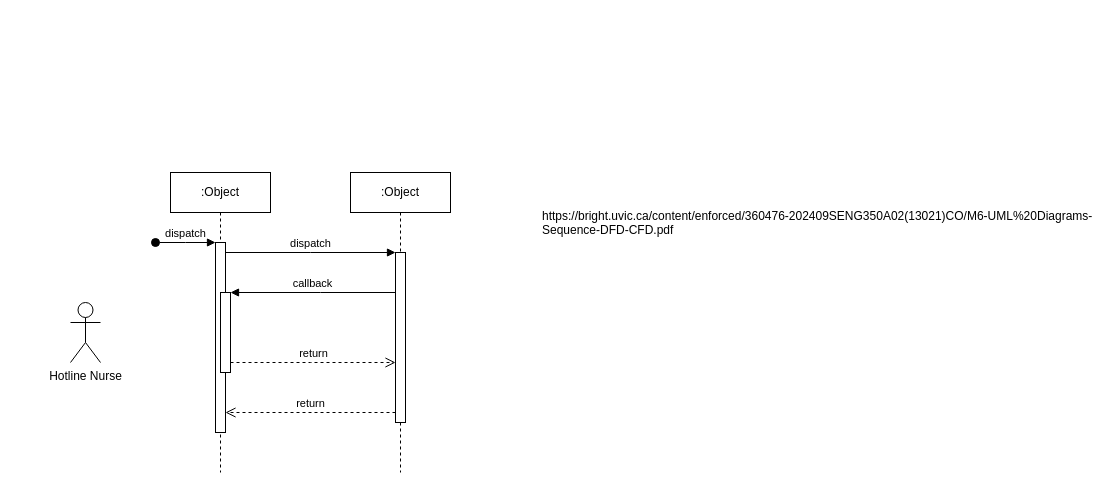
Before: AmirWork/Nurse_Hotline_SequenceDiagram.drawio in SENG-350-2024-fall/Team9, a draw.io diagram. Source tidied: cells renumbered, new cells numbered last; positions are measured from the earlier drawing's top-left corner, leaving out a move shared by most shapes. Both pictures are drawn from the tidied source at 100%, with x=0, y=0 at pixel (70, 172).
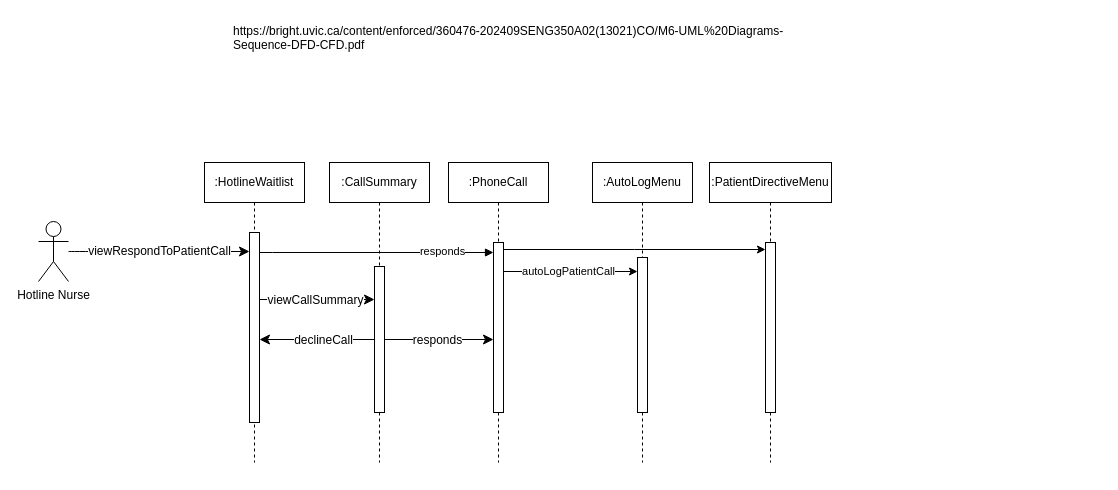
The same page after the edit.

Unchanged cells that the change refers to:
```xml
<mxCell id="3" style="html=1;points=[];perimeter=orthogonalPerimeter;outlineConnect=0;targetShapes=umlLifeline;portConstraint=eastwest;newEdgeStyle={&quot;edgeStyle&quot;:&quot;elbowEdgeStyle&quot;,&quot;elbow&quot;:&quot;vertical&quot;,&quot;curved&quot;:0,&quot;rounded&quot;:0};" parent="2" vertex="1">
  <mxGeometry x="45" y="70" width="10" height="190" as="geometry" />
</mxCell>
<mxCell id="7" style="html=1;points=[];perimeter=orthogonalPerimeter;outlineConnect=0;targetShapes=umlLifeline;portConstraint=eastwest;newEdgeStyle={&quot;edgeStyle&quot;:&quot;elbowEdgeStyle&quot;,&quot;elbow&quot;:&quot;vertical&quot;,&quot;curved&quot;:0,&quot;rounded&quot;:0};" parent="6" vertex="1">
  <mxGeometry x="45" y="80" width="10" height="170" as="geometry" />
</mxCell>
```

The edit, as a diff of the source:
```diff
@@
-<mxGraphModel>
+<mxGraphModel background="#ffffff">
@@
+    <mxCell id="14" value=":CallSummary" style="shape=umlLifeline;perimeter=lifelinePerimeter;whiteSpace=wrap;html=1;newEdgeStyle={&quot;edgeStyle&quot;:&quot;elbowEdgeStyle&quot;,&quot;elbow&quot;:&quot;vertical&quot;,&quot;curved&quot;:0,&quot;rounded&quot;:0};" parent="1" vertex="1">
+      <mxGeometry x="259" y="-10" width="100" height="300" as="geometry" />
+    </mxCell>
+    <mxCell id="15" style="html=1;points=[];perimeter=orthogonalPerimeter;outlineConnect=0;targetShapes=umlLifeline;portConstraint=eastwest;newEdgeStyle={&quot;edgeStyle&quot;:&quot;elbowEdgeStyle&quot;,&quot;elbow&quot;:&quot;vertical&quot;,&quot;curved&quot;:0,&quot;rounded&quot;:0};" parent="14" vertex="1">
+      <mxGeometry x="45" y="104" width="10" height="146" as="geometry" />
+    </mxCell>
-    <mxCell id="2" value=":Object" style="shape=umlLifeline;perimeter=lifelinePerimeter;whiteSpace=wrap;html=1;newEdgeStyle={&quot;edgeStyle&quot;:&quot;elbowEdgeStyle&quot;,&quot;elbow&quot;:&quot;vertical&quot;,&quot;curved&quot;:0,&quot;rounded&quot;:0};" parent="1" vertex="1">
-      <mxGeometry x="100" width="100" height="300" as="geometry" />
+    <mxCell id="2" value=":HotlineWaitlist" style="shape=umlLifeline;perimeter=lifelinePerimeter;whiteSpace=wrap;html=1;newEdgeStyle={&quot;edgeStyle&quot;:&quot;elbowEdgeStyle&quot;,&quot;elbow&quot;:&quot;vertical&quot;,&quot;curved&quot;:0,&quot;rounded&quot;:0};" parent="1" vertex="1">
+      <mxGeometry x="134" y="-10" width="100" height="300" as="geometry" />
     </mxCell>
@@
-    <mxCell id="4" value="dispatch" style="html=1;verticalAlign=bottom;startArrow=oval;endArrow=block;startSize=8;edgeStyle=elbowEdgeStyle;elbow=vertical;curved=0;rounded=0;" parent="2" edge="1" target="3">
-      <mxGeometry relative="1" as="geometry">
-        <mxPoint x="-15" y="70" as="sourcePoint" />
-      </mxGeometry>
-    </mxCell>
-    <mxCell id="5" style="html=1;points=[];perimeter=orthogonalPerimeter;outlineConnect=0;targetShapes=umlLifeline;portConstraint=eastwest;newEdgeStyle={&quot;edgeStyle&quot;:&quot;elbowEdgeStyle&quot;,&quot;elbow&quot;:&quot;vertical&quot;,&quot;curved&quot;:0,&quot;rounded&quot;:0};" parent="2" vertex="1">
-      <mxGeometry x="50" y="120" width="10" height="80" as="geometry" />
-    </mxCell>
-    <mxCell id="6" value=":Object" style="shape=umlLifeline;perimeter=lifelinePerimeter;whiteSpace=wrap;html=1;newEdgeStyle={&quot;edgeStyle&quot;:&quot;elbowEdgeStyle&quot;,&quot;elbow&quot;:&quot;vertical&quot;,&quot;curved&quot;:0,&quot;rounded&quot;:0};" parent="1" vertex="1">
-      <mxGeometry x="280" width="100" height="300" as="geometry" />
+    <mxCell id="6" value=":PhoneCall" style="shape=umlLifeline;perimeter=lifelinePerimeter;whiteSpace=wrap;html=1;newEdgeStyle={&quot;edgeStyle&quot;:&quot;elbowEdgeStyle&quot;,&quot;elbow&quot;:&quot;vertical&quot;,&quot;curved&quot;:0,&quot;rounded&quot;:0};" parent="1" vertex="1">
+      <mxGeometry x="378" y="-10" width="100" height="300" as="geometry" />
     </mxCell>
@@
-    <mxCell id="8" value="dispatch" style="html=1;verticalAlign=bottom;endArrow=block;edgeStyle=elbowEdgeStyle;elbow=vertical;curved=0;rounded=0;" parent="1" edge="1" source="3" target="7">
-      <mxGeometry relative="1" as="geometry">
+    <mxCell id="8" value="responds" style="html=1;verticalAlign=bottom;endArrow=block;edgeStyle=elbowEdgeStyle;elbow=vertical;curved=0;rounded=0;" parent="1" edge="1" source="3" target="7">
+      <mxGeometry x="0.56" y="-8" relative="1" as="geometry">
         <Array as="points">
-          <mxPoint x="240" y="80" />
+          <mxPoint x="202" y="80" />
         </Array>
       </mxGeometry>
     </mxCell>
-    <mxCell id="9" value="return" style="html=1;verticalAlign=bottom;endArrow=open;dashed=1;endSize=8;edgeStyle=elbowEdgeStyle;elbow=vertical;curved=0;rounded=0;" parent="1" edge="1" source="7" target="3">
-      <mxGeometry relative="1" as="geometry">
-        <Array as="points">
-          <mxPoint x="250" y="240" />
-        </Array>
-      </mxGeometry>
-    </mxCell>
-    <mxCell id="10" value="callback" style="html=1;verticalAlign=bottom;endArrow=block;edgeStyle=elbowEdgeStyle;elbow=vertical;curved=0;rounded=0;" parent="1" edge="1" source="7" target="5">
-      <mxGeometry relative="1" as="geometry">
-        <Array as="points">
-          <mxPoint x="250" y="120" />
-        </Array>
-      </mxGeometry>
-    </mxCell>
-    <mxCell id="11" value="return" style="html=1;verticalAlign=bottom;endArrow=open;dashed=1;endSize=8;edgeStyle=elbowEdgeStyle;elbow=vertical;curved=0;rounded=0;" parent="1" edge="1" source="5" target="7">
-      <mxGeometry relative="1" as="geometry">
-        <Array as="points">
-          <mxPoint x="240" y="190" />
-        </Array>
-      </mxGeometry>
-    </mxCell>
+    <mxCell id="16" value="viewRespondToPatientCall" style="edgeStyle=none;curved=1;rounded=0;jettySize=auto;html=1;fontSize=12;startSize=8;endSize=8;" parent="1" edge="1" source="12" target="3">
+      <mxGeometry relative="1" as="geometry" />
+    </mxCell>
     <mxCell id="12" value="Hotline Nurse" style="shape=umlActor;verticalLabelPosition=bottom;verticalAlign=top;html=1;outlineConnect=0;" parent="1" vertex="1">
-      <mxGeometry y="130" width="30" height="60" as="geometry" />
+      <mxGeometry x="-32" y="49" width="30" height="60" as="geometry" />
     </mxCell>
     <mxCell id="13" value="https://bright.uvic.ca/content/enforced/360476-202409SENG350A02(13021)CO/M6-UML%20Diagrams-Sequence-DFD-CFD.pdf" style="text;whiteSpace=wrap;" parent="1" vertex="1">
-      <mxGeometry x="470" y="30" width="560" height="50" as="geometry" />
+      <mxGeometry x="161" y="-155" width="560" height="50" as="geometry" />
     </mxCell>
+    <mxCell id="17" style="edgeStyle=elbowEdgeStyle;curved=0;rounded=0;jettySize=auto;html=1;elbow=vertical;fontSize=12;startSize=8;endSize=8;" parent="1" edge="1" source="15" target="7">
+      <mxGeometry relative="1" as="geometry" />
+    </mxCell>
+    <mxCell id="18" value="responds" style="edgeLabel;html=1;align=center;verticalAlign=middle;fontSize=12;" parent="17" vertex="1">
+      <mxGeometry x="-0.29" relative="1" as="geometry">
+        <mxPoint x="13" as="offset" />
+      </mxGeometry>
+    </mxCell>
+    <mxCell id="19" style="edgeStyle=elbowEdgeStyle;curved=0;rounded=0;jettySize=auto;html=1;elbow=vertical;fontSize=12;startSize=8;endSize=8;" parent="1" edge="1" source="3" target="15">
+      <mxGeometry relative="1" as="geometry">
+        <Array as="points">
+          <mxPoint x="240" y="127" />
+        </Array>
+      </mxGeometry>
+    </mxCell>
+    <mxCell id="20" value="viewCallSummary" style="edgeLabel;html=1;align=center;verticalAlign=middle;fontSize=12;" parent="19" vertex="1">
+      <mxGeometry x="0.09" y="-1" relative="1" as="geometry">
+        <mxPoint x="-8" y="-1" as="offset" />
+      </mxGeometry>
+    </mxCell>
+    <mxCell id="21" style="edgeStyle=elbowEdgeStyle;curved=0;rounded=0;jettySize=auto;html=1;elbow=vertical;fontSize=12;startSize=8;endSize=8;" parent="1" edge="1" source="15" target="3">
+      <mxGeometry relative="1" as="geometry" />
+    </mxCell>
+    <mxCell id="22" value="declineCall" style="edgeLabel;html=1;align=center;verticalAlign=middle;fontSize=12;" parent="21" vertex="1">
+      <mxGeometry x="-0.1" relative="1" as="geometry" />
+    </mxCell>
+    <mxCell id="23" value=":AutoLogMenu" style="shape=umlLifeline;perimeter=lifelinePerimeter;whiteSpace=wrap;html=1;newEdgeStyle={&quot;edgeStyle&quot;:&quot;elbowEdgeStyle&quot;,&quot;elbow&quot;:&quot;vertical&quot;,&quot;curved&quot;:0,&quot;rounded&quot;:0};" parent="1" vertex="1">
+      <mxGeometry x="522" y="-10" width="100" height="300" as="geometry" />
+    </mxCell>
+    <mxCell id="24" style="html=1;points=[];perimeter=orthogonalPerimeter;outlineConnect=0;targetShapes=umlLifeline;portConstraint=eastwest;newEdgeStyle={&quot;edgeStyle&quot;:&quot;elbowEdgeStyle&quot;,&quot;elbow&quot;:&quot;vertical&quot;,&quot;curved&quot;:0,&quot;rounded&quot;:0};" parent="23" vertex="1">
+      <mxGeometry x="45" y="95" width="10" height="155" as="geometry" />
+    </mxCell>
+    <mxCell id="25" style="edgeStyle=elbowEdgeStyle;rounded=0;jettySize=auto;html=1;elbow=horizontal;curved=0;" parent="1" edge="1" source="7" target="24">
+      <mxGeometry relative="1" as="geometry">
+        <Array as="points">
+          <mxPoint x="473" y="99" />
+        </Array>
+      </mxGeometry>
+    </mxCell>
+    <mxCell id="26" value="autoLogPatientCall" style="edgeLabel;html=1;align=center;verticalAlign=middle;" parent="25" vertex="1">
+      <mxGeometry x="-0.03" y="3" relative="1" as="geometry">
+        <mxPoint x="-1" y="2" as="offset" />
+      </mxGeometry>
+    </mxCell>
+    <mxCell id="27" value=":PatientDirectiveMenu" style="shape=umlLifeline;perimeter=lifelinePerimeter;whiteSpace=wrap;html=1;newEdgeStyle={&quot;edgeStyle&quot;:&quot;elbowEdgeStyle&quot;,&quot;elbow&quot;:&quot;vertical&quot;,&quot;curved&quot;:0,&quot;rounded&quot;:0};" parent="1" vertex="1">
+      <mxGeometry x="639" y="-10" width="122" height="300" as="geometry" />
+    </mxCell>
+    <mxCell id="28" style="html=1;points=[];perimeter=orthogonalPerimeter;outlineConnect=0;targetShapes=umlLifeline;portConstraint=eastwest;newEdgeStyle={&quot;edgeStyle&quot;:&quot;elbowEdgeStyle&quot;,&quot;elbow&quot;:&quot;vertical&quot;,&quot;curved&quot;:0,&quot;rounded&quot;:0};" parent="27" vertex="1">
+      <mxGeometry x="56" y="80" width="10" height="170" as="geometry" />
+    </mxCell>
+    <mxCell id="29" style="edgeStyle=elbowEdgeStyle;rounded=0;jettySize=auto;html=1;elbow=vertical;curved=0;" parent="1" edge="1" source="7" target="28">
+      <mxGeometry relative="1" as="geometry">
+        <Array as="points">
+          <mxPoint x="564" y="77" />
+        </Array>
+      </mxGeometry>
+    </mxCell>
```
